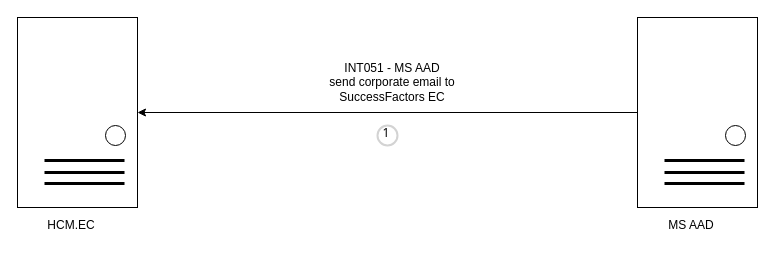
wsxad234/flowchart keeps this draw.io diagram as page "Page-19" (19 of 19) of Untitled Diagram.drawio. Above is the earlier version. Source tidied: cells renumbered, new cells numbered last; positions are measured from the earlier drawing's top-left corner, leaving out a move shared by most shapes. Both pictures are drawn from the tidied source at 100%, with x=0, y=0 at pixel (17, 17).
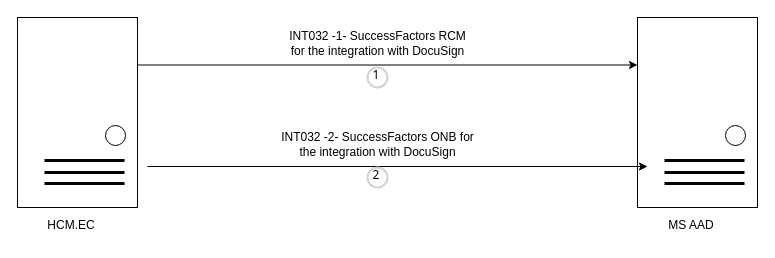
The same page after the edit.

Unchanged cells that the change refers to:
```xml
<mxCell id="3" style="rounded=0;whiteSpace=wrap;html=1;" parent="1" vertex="1">
  <mxGeometry width="120" height="190" as="geometry" />
</mxCell>
<mxCell id="9" style="rounded=0;whiteSpace=wrap;html=1;" parent="1" vertex="1">
  <mxGeometry x="620" width="120" height="190" as="geometry" />
</mxCell>
```

Change to the diagram source:
```diff
@@
-    <mxCell id="2" style="edgeStyle=orthogonalEdgeStyle;rounded=0;jettySize=auto;html=1;entryX=1;entryY=0.5;entryDx=0;entryDy=0;exitX=0;exitY=0.5;exitDx=0;exitDy=0;" parent="1" edge="1" source="9" target="3">
+    <mxCell id="2" style="edgeStyle=orthogonalEdgeStyle;rounded=0;jettySize=auto;html=1;exitX=1;exitY=0.25;exitDx=0;exitDy=0;entryX=0;entryY=0.25;entryDx=0;entryDy=0;" parent="1" edge="1" source="3" target="9">
       <mxGeometry relative="1" as="geometry" />
     </mxCell>
@@
-    <mxCell id="15" value="INT051 - MS AAD send&amp;nbsp;corporate email&amp;nbsp;to SuccessFactors EC" style="text;html=1;strokeColor=none;fillColor=none;align=center;verticalAlign=middle;whiteSpace=wrap;rounded=0;" parent="1" vertex="1">
-      <mxGeometry x="300" y="50" width="150" height="30" as="geometry" />
+    <mxCell id="15" value="I&lt;font style=&quot;font-size: 12px;&quot;&gt;NT032 -1-&amp;nbsp;SuccessFactors&lt;span style=&quot;margin: 0px; padding: 0px; user-select: text; -webkit-user-drag: none; -webkit-tap-highlight-color: transparent; font-family: Arial, Arial_EmbeddedFont, Arial_MSFontService, sans-serif; font-variant-ligatures: none; text-align: left; background-color: rgb(255, 255, 255);&quot; class=&quot;NormalTextRun SCXW206569304 BCX0&quot;&gt; &lt;/span&gt;&lt;span style=&quot;margin: 0px; padding: 0px; user-select: text; -webkit-user-drag: none; -webkit-tap-highlight-color: transparent; font-family: Arial, Arial_EmbeddedFont, Arial_MSFontService, sans-serif; font-variant-ligatures: none; text-align: left; background-color: rgb(255, 255, 255);&quot; class=&quot;NormalTextRun SCXW206569304 BCX0&quot;&gt;RCM &lt;/span&gt;&lt;span style=&quot;margin: 0px; padding: 0px; user-select: text; -webkit-user-drag: none; -webkit-tap-highlight-color: transparent; font-family: Arial, Arial_EmbeddedFont, Arial_MSFontService, sans-serif; font-variant-ligatures: none; text-align: left; background-color: rgb(255, 255, 255);&quot; class=&quot;NormalTextRun SCXW206569304 BCX0&quot;&gt;for the integration&lt;/span&gt;&lt;span style=&quot;margin: 0px; padding: 0px; user-select: text; -webkit-user-drag: none; -webkit-tap-highlight-color: transparent; font-family: Arial, Arial_EmbeddedFont, Arial_MSFontService, sans-serif; font-variant-ligatures: none; text-align: left; background-color: rgb(255, 255, 255);&quot; class=&quot;NormalTextRun SCXW206569304 BCX0&quot;&gt; &lt;/span&gt;&lt;span style=&quot;margin: 0px; padding: 0px; user-select: text; -webkit-user-drag: none; -webkit-tap-highlight-color: transparent; font-family: Arial, Arial_EmbeddedFont, Arial_MSFontService, sans-serif; font-variant-ligatures: none; text-align: left; background-color: rgb(255, 255, 255);&quot; class=&quot;NormalTextRun SCXW206569304 BCX0&quot;&gt;with&lt;/span&gt;&lt;span style=&quot;margin: 0px; padding: 0px; user-select: text; -webkit-user-drag: none; -webkit-tap-highlight-color: transparent; font-family: Arial, Arial_EmbeddedFont, Arial_MSFontService, sans-serif; font-variant-ligatures: none; text-align: left; background-color: rgb(255, 255, 255);&quot; class=&quot;NormalTextRun SCXW206569304 BCX0&quot;&gt; &lt;/span&gt;&lt;span style=&quot;margin: 0px; padding: 0px; user-select: text; -webkit-user-drag: none; -webkit-tap-highlight-color: transparent; font-family: Arial, Arial_EmbeddedFont, Arial_MSFontService, sans-serif; font-variant-ligatures: none; text-align: left; background-color: rgb(255, 255, 255);&quot; class=&quot;NormalTextRun SCXW206569304 BCX0&quot;&gt;DocuSign&lt;/span&gt;&lt;/font&gt;" style="text;html=1;strokeColor=none;fillColor=none;align=center;verticalAlign=middle;whiteSpace=wrap;rounded=0;" parent="1" vertex="1">
+      <mxGeometry x="262.5" y="11" width="195" height="30" as="geometry" />
     </mxCell>
     <mxCell id="16" value="1" style="ellipse;whiteSpace=wrap;html=1;strokeWidth=2;fontFamily=Tahoma;spacingBottom=4;spacingRight=2;strokeColor=#d3d3d3;" parent="1" vertex="1">
-      <mxGeometry x="360" y="108" width="20" height="20" as="geometry" />
+      <mxGeometry x="350" y="50" width="20" height="20" as="geometry" />
     </mxCell>
+    <mxCell id="17" style="edgeStyle=orthogonalEdgeStyle;rounded=0;orthogonalLoop=1;jettySize=auto;html=1;exitX=1;exitY=0.25;exitDx=0;exitDy=0;entryX=0;entryY=0.25;entryDx=0;entryDy=0;" parent="1" edge="1">
+      <mxGeometry relative="1" as="geometry">
+        <mxPoint x="130" y="149" as="sourcePoint" />
+        <mxPoint x="630" y="149" as="targetPoint" />
+      </mxGeometry>
+    </mxCell>
+    <mxCell id="18" value="2" style="ellipse;whiteSpace=wrap;html=1;strokeWidth=2;fontFamily=Tahoma;spacingBottom=4;spacingRight=2;strokeColor=#d3d3d3;" parent="1" vertex="1">
+      <mxGeometry x="350" y="150" width="20" height="20" as="geometry" />
+    </mxCell>
+    <mxCell id="19" value="I&lt;font style=&quot;border-color: var(--border-color);&quot;&gt;NT032 -2-&amp;nbsp;SuccessFactors&amp;nbsp;&lt;span style=&quot;border-color: var(--border-color); margin: 0px; padding: 0px; user-select: text; -webkit-user-drag: none; -webkit-tap-highlight-color: transparent; font-family: Arial, Arial_EmbeddedFont, Arial_MSFontService, sans-serif; font-variant-ligatures: none; text-align: left; background-color: rgb(255, 255, 255);&quot; class=&quot;NormalTextRun SCXW206569304 BCX0&quot;&gt;ONB&amp;nbsp;&lt;/span&gt;&lt;span style=&quot;border-color: var(--border-color); margin: 0px; padding: 0px; user-select: text; -webkit-user-drag: none; -webkit-tap-highlight-color: transparent; font-family: Arial, Arial_EmbeddedFont, Arial_MSFontService, sans-serif; font-variant-ligatures: none; text-align: left; background-color: rgb(255, 255, 255);&quot; class=&quot;NormalTextRun SCXW206569304 BCX0&quot;&gt;for the integration&lt;/span&gt;&lt;span style=&quot;border-color: var(--border-color); margin: 0px; padding: 0px; user-select: text; -webkit-user-drag: none; -webkit-tap-highlight-color: transparent; font-family: Arial, Arial_EmbeddedFont, Arial_MSFontService, sans-serif; font-variant-ligatures: none; text-align: left; background-color: rgb(255, 255, 255);&quot; class=&quot;NormalTextRun SCXW206569304 BCX0&quot;&gt;&amp;nbsp;&lt;/span&gt;&lt;span style=&quot;border-color: var(--border-color); margin: 0px; padding: 0px; user-select: text; -webkit-user-drag: none; -webkit-tap-highlight-color: transparent; font-family: Arial, Arial_EmbeddedFont, Arial_MSFontService, sans-serif; font-variant-ligatures: none; text-align: left; background-color: rgb(255, 255, 255);&quot; class=&quot;NormalTextRun SCXW206569304 BCX0&quot;&gt;with&lt;/span&gt;&lt;span style=&quot;border-color: var(--border-color); margin: 0px; padding: 0px; user-select: text; -webkit-user-drag: none; -webkit-tap-highlight-color: transparent; font-family: Arial, Arial_EmbeddedFont, Arial_MSFontService, sans-serif; font-variant-ligatures: none; text-align: left; background-color: rgb(255, 255, 255);&quot; class=&quot;NormalTextRun SCXW206569304 BCX0&quot;&gt;&amp;nbsp;&lt;/span&gt;&lt;span style=&quot;border-color: var(--border-color); margin: 0px; padding: 0px; user-select: text; -webkit-user-drag: none; -webkit-tap-highlight-color: transparent; font-family: Arial, Arial_EmbeddedFont, Arial_MSFontService, sans-serif; font-variant-ligatures: none; text-align: left; background-color: rgb(255, 255, 255);&quot; class=&quot;NormalTextRun SCXW206569304 BCX0&quot;&gt;DocuSign&lt;/span&gt;&lt;/font&gt;" style="text;html=1;strokeColor=none;fillColor=none;align=center;verticalAlign=middle;whiteSpace=wrap;rounded=0;" parent="1" vertex="1">
+      <mxGeometry x="262.5" y="112" width="195" height="30" as="geometry" />
+    </mxCell>
```
